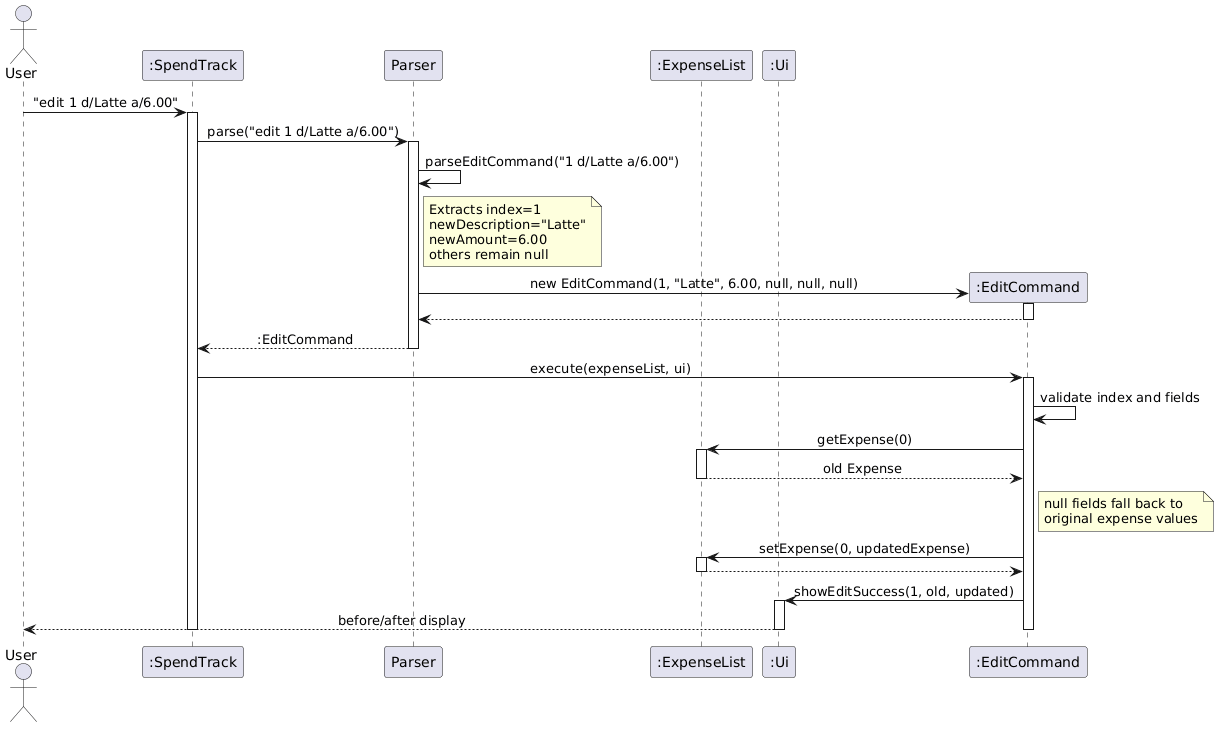
AbhijitBalajee/tp keeps this PlantUML diagram as docs/images/EditCommandSequence.png. Above is the earlier version.
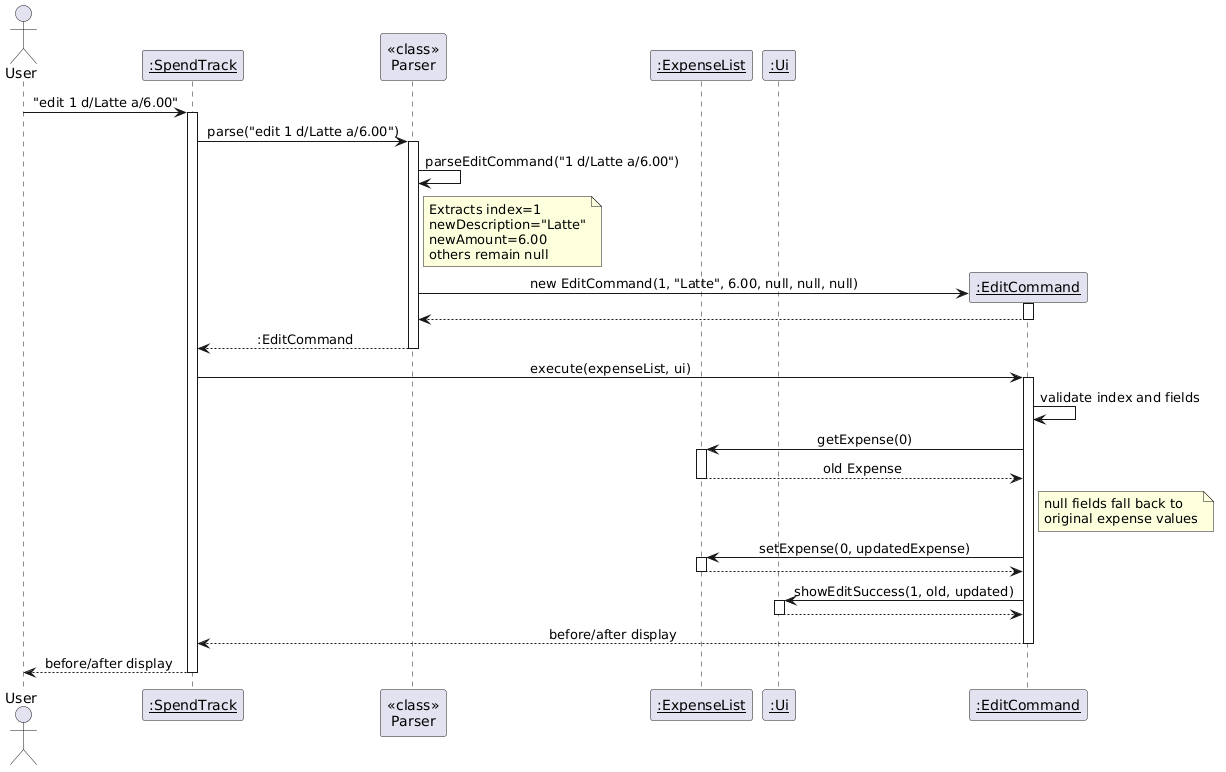
The same file after the commit.

Commit message:
fix: UML diagram notation issues in DG sequence and class diagrams

The edit, as a diff of the source:
```diff
@@ -4,10 +4,10 @@
 skinparam sequenceMessageAlign center
 
 actor User
-participant ":SpendTrack" as ST
-participant "Parser" as P
-participant ":ExpenseList" as EL
-participant ":Ui" as UI
+participant "<u>:SpendTrack</u>" as ST
+participant "<<class>>\nParser" as P
+participant "<u>:ExpenseList</u>" as EL
+participant "<u>:Ui</u>" as UI
 
 User -> ST : "edit 1 d/Latte a/6.00"
 activate ST
@@ -21,10 +21,10 @@
     others remain null
 end note
 
-create participant ":EditCommand" as EC
+create participant "<u>:EditCommand</u>" as EC
 P -> EC : new EditCommand(1, "Latte", 6.00, null, null, null)
 activate EC
-EC --> P :
+EC --> P
 deactivate EC
 
 P --> ST : :EditCommand
@@ -47,8 +47,10 @@
 deactivate EL
 EC -> UI : showEditSuccess(1, old, updated)
 activate UI
-UI --> User : before/after display
+UI --> EC
 deactivate UI
+EC --> ST : before/after display
 deactivate EC
+ST --> User : before/after display
 deactivate ST
 @enduml
```
